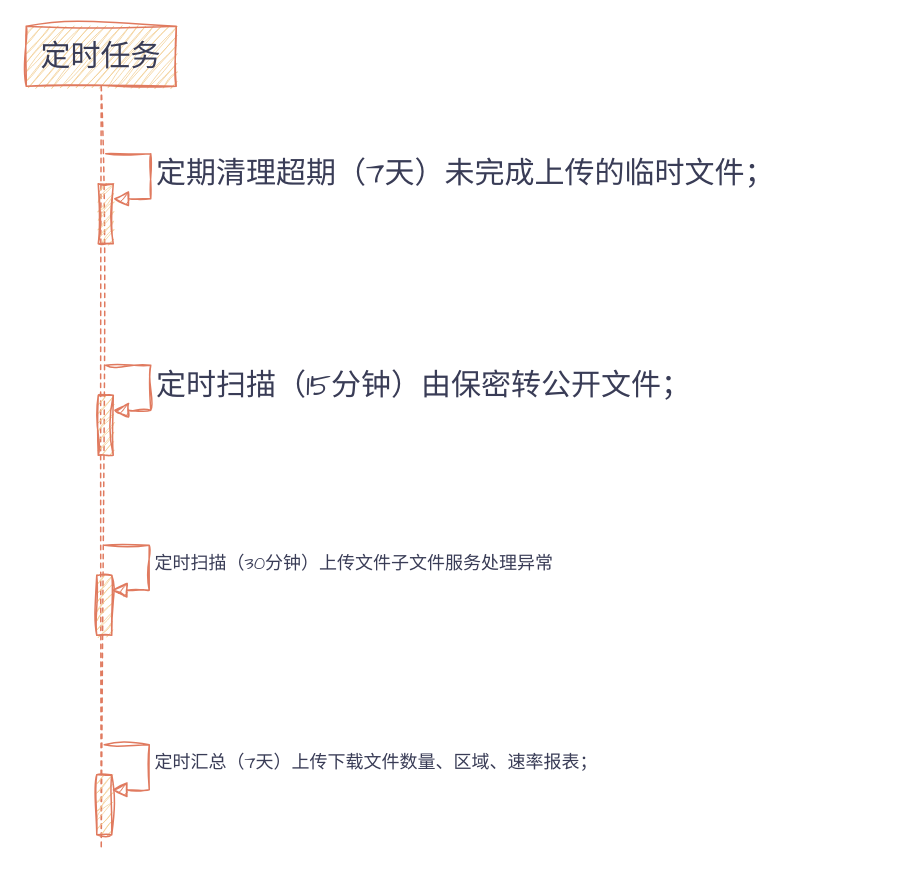
Before: page "定时任务" (3 of 4) of 未命名绘图.drawio in Utihbi/pics, a draw.io diagram. Source tidied: cells renumbered, new cells numbered last; positions are measured from the earlier drawing's top-left corner, leaving out a move shared by most shapes. Both pictures are drawn from the tidied source at 150%, with x=0, y=0 at pixel (26, 26).
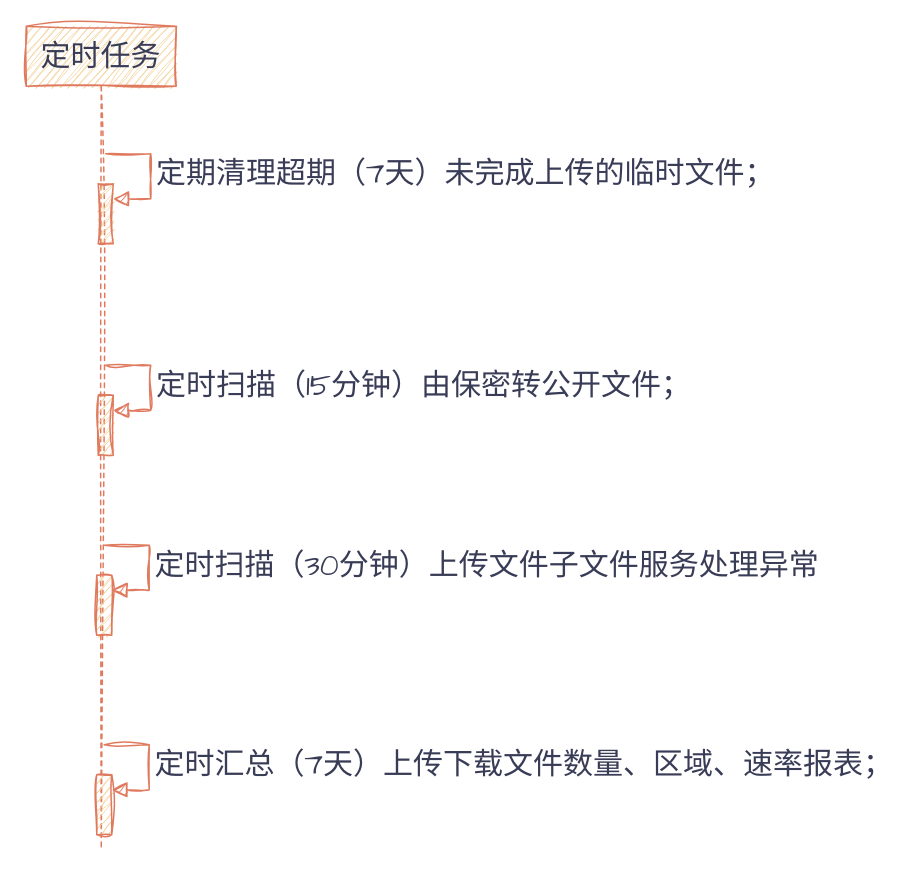
Above is the later version.

What changed in the source:
```diff
@@
 <mxGraphModel>
   <root>
     <mxCell id="0" />
     <mxCell id="1" parent="0" />
     <mxCell id="2" value="定时任务" style="shape=umlLifeline;perimeter=lifelinePerimeter;whiteSpace=wrap;html=1;newEdgeStyle={&quot;curved&quot;:0,&quot;rounded&quot;:0};sketch=1;hachureGap=4;jiggle=2;curveFitting=1;strokeColor=#E07A5F;fontFamily=Architects Daughter;fontColor=#393C56;fillColor=#F2CC8F;fontSize=20;" parent="1" vertex="1">
       <mxGeometry width="100" height="549" as="geometry" />
     </mxCell>
     <mxCell id="3" style="html=1;points=[[0,0,0,0,5],[0,1,0,0,-5],[1,0,0,0,5],[1,1,0,0,-5]];perimeter=orthogonalPerimeter;outlineConnect=0;targetShapes=umlLifeline;portConstraint=eastwest;newEdgeStyle={&quot;curved&quot;:0,&quot;rounded&quot;:0};sketch=1;hachureGap=4;jiggle=2;curveFitting=1;strokeColor=#E07A5F;fontFamily=Architects Daughter;fontColor=#393C56;fillColor=#F2CC8F;fontSize=20;" parent="2" vertex="1">
       <mxGeometry x="48" y="105" width="10" height="40" as="geometry" />
     </mxCell>
     <mxCell id="4" value="定期清理超期（7天）未完成上传的临时文件；" style="html=1;align=left;spacingLeft=2;endArrow=block;rounded=0;edgeStyle=orthogonalEdgeStyle;curved=0;rounded=0;sketch=1;hachureGap=4;jiggle=2;curveFitting=1;strokeColor=#E07A5F;fontFamily=Architects Daughter;fontSize=20;fontColor=#393C56;startSize=8;endSize=8;fillColor=#F2CC8F;" parent="2" edge="1" target="3">
       <mxGeometry relative="1" as="geometry">
         <mxPoint x="53" y="85" as="sourcePoint" />
         <Array as="points">
           <mxPoint x="83" y="115" />
         </Array>
       </mxGeometry>
     </mxCell>
     <mxCell id="5" style="html=1;points=[[0,0,0,0,5],[0,1,0,0,-5],[1,0,0,0,5],[1,1,0,0,-5]];perimeter=orthogonalPerimeter;outlineConnect=0;targetShapes=umlLifeline;portConstraint=eastwest;newEdgeStyle={&quot;curved&quot;:0,&quot;rounded&quot;:0};sketch=1;hachureGap=4;jiggle=2;curveFitting=1;strokeColor=#E07A5F;fontFamily=Architects Daughter;fontColor=#393C56;fillColor=#F2CC8F;fontSize=20;" parent="2" vertex="1">
       <mxGeometry x="48" y="246" width="10" height="40" as="geometry" />
     </mxCell>
     <mxCell id="6" value="定时扫描（15分钟）由保密转公开文件；" style="html=1;align=left;spacingLeft=2;endArrow=block;rounded=0;edgeStyle=orthogonalEdgeStyle;curved=0;rounded=0;sketch=1;hachureGap=4;jiggle=2;curveFitting=1;strokeColor=#E07A5F;fontFamily=Architects Daughter;fontSize=20;fontColor=#393C56;startSize=8;endSize=8;fillColor=#F2CC8F;" parent="2" edge="1" target="5">
       <mxGeometry relative="1" as="geometry">
         <mxPoint x="53" y="226" as="sourcePoint" />
         <Array as="points">
           <mxPoint x="83" y="256" />
         </Array>
       </mxGeometry>
     </mxCell>
     <mxCell id="7" style="html=1;points=[[0,0,0,0,5],[0,1,0,0,-5],[1,0,0,0,5],[1,1,0,0,-5]];perimeter=orthogonalPerimeter;outlineConnect=0;targetShapes=umlLifeline;portConstraint=eastwest;newEdgeStyle={&quot;curved&quot;:0,&quot;rounded&quot;:0};sketch=1;hachureGap=4;jiggle=2;curveFitting=1;strokeColor=#E07A5F;fontFamily=Architects Daughter;fontColor=#393C56;fillColor=#F2CC8F;" parent="2" vertex="1">
       <mxGeometry x="47" y="366" width="10" height="40" as="geometry" />
     </mxCell>
-    <mxCell id="8" value="定时扫描（30分钟）上传文件子文件服务处理异常" style="html=1;align=left;spacingLeft=2;endArrow=block;rounded=0;edgeStyle=orthogonalEdgeStyle;curved=0;rounded=0;sketch=1;hachureGap=4;jiggle=2;curveFitting=1;strokeColor=#E07A5F;fontFamily=Architects Daughter;fontSize=12;fontColor=#393C56;startSize=8;endSize=8;fillColor=#F2CC8F;" parent="2" edge="1" target="7">
+    <mxCell id="8" value="&lt;font style=&quot;font-size: 20px;&quot;&gt;定时扫描（30分钟）上传文件子文件服务处理异常&lt;/font&gt;" style="html=1;align=left;spacingLeft=2;endArrow=block;rounded=0;edgeStyle=orthogonalEdgeStyle;curved=0;rounded=0;sketch=1;hachureGap=4;jiggle=2;curveFitting=1;strokeColor=#E07A5F;fontFamily=Architects Daughter;fontSize=12;fontColor=#393C56;startSize=8;endSize=8;fillColor=#F2CC8F;" parent="2" edge="1" target="7">
       <mxGeometry relative="1" as="geometry">
         <mxPoint x="52" y="346" as="sourcePoint" />
         <Array as="points">
           <mxPoint x="82" y="376" />
         </Array>
       </mxGeometry>
     </mxCell>
     <mxCell id="9" style="html=1;points=[[0,0,0,0,5],[0,1,0,0,-5],[1,0,0,0,5],[1,1,0,0,-5]];perimeter=orthogonalPerimeter;outlineConnect=0;targetShapes=umlLifeline;portConstraint=eastwest;newEdgeStyle={&quot;curved&quot;:0,&quot;rounded&quot;:0};sketch=1;hachureGap=4;jiggle=2;curveFitting=1;strokeColor=#E07A5F;fontFamily=Architects Daughter;fontColor=#393C56;fillColor=#F2CC8F;" parent="2" vertex="1">
       <mxGeometry x="47" y="499" width="10" height="40" as="geometry" />
     </mxCell>
-    <mxCell id="10" value="定时汇总（7天）上传下载文件数量、区域、速率报表；" style="html=1;align=left;spacingLeft=2;endArrow=block;rounded=0;edgeStyle=orthogonalEdgeStyle;curved=0;rounded=0;sketch=1;hachureGap=4;jiggle=2;curveFitting=1;strokeColor=#E07A5F;fontFamily=Architects Daughter;fontSize=12;fontColor=#393C56;startSize=8;endSize=8;fillColor=#F2CC8F;" parent="2" edge="1" target="9">
+    <mxCell id="10" value="&lt;font style=&quot;font-size: 20px;&quot;&gt;定时汇总（7天）上传下载文件数量、区域、速率报表；&lt;/font&gt;" style="html=1;align=left;spacingLeft=2;endArrow=block;rounded=0;edgeStyle=orthogonalEdgeStyle;curved=0;rounded=0;sketch=1;hachureGap=4;jiggle=2;curveFitting=1;strokeColor=#E07A5F;fontFamily=Architects Daughter;fontSize=12;fontColor=#393C56;startSize=8;endSize=8;fillColor=#F2CC8F;" parent="2" edge="1" target="9">
       <mxGeometry relative="1" as="geometry">
         <mxPoint x="52" y="479" as="sourcePoint" />
         <Array as="points">
           <mxPoint x="82" y="509" />
         </Array>
       </mxGeometry>
     </mxCell>
   </root>
 </mxGraphModel>
```
